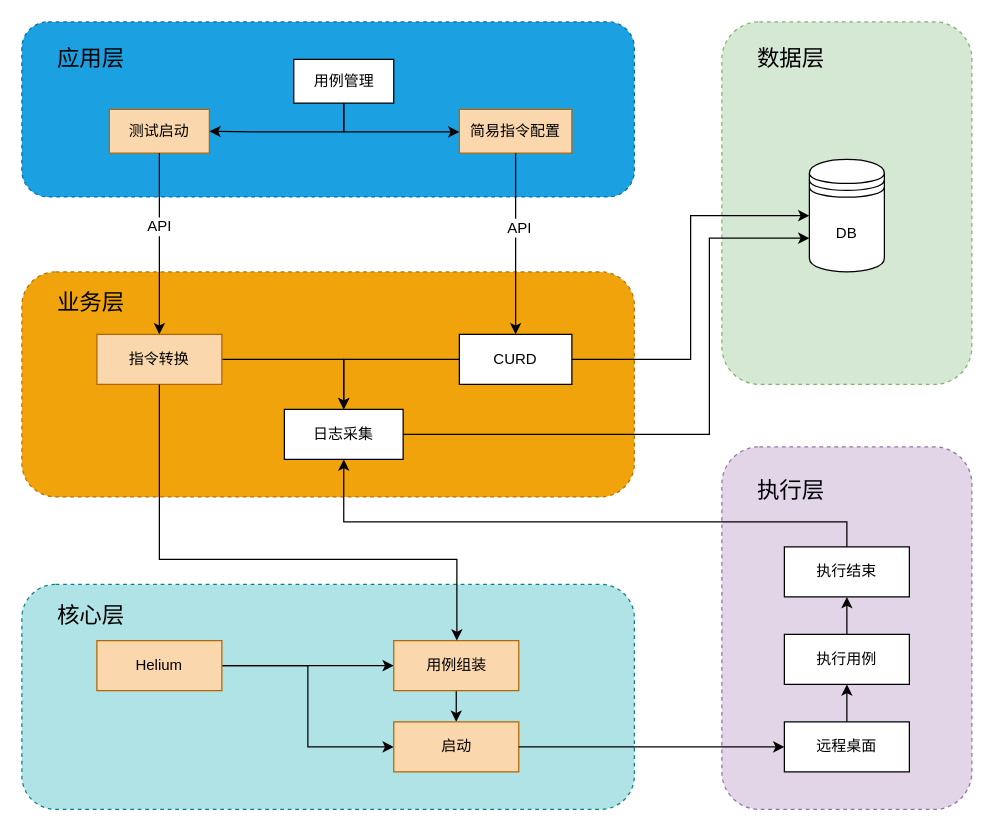
Above: page "第 2 页" (2 of 2) of Untitled Diagram.drawio in walkstreet/workspace (draw.io), before the change. Source tidied: cells renumbered, new cells numbered last; positions are measured from the earlier drawing's top-left corner, leaving out a move shared by most shapes. Both pictures are drawn from the tidied source at 125%, with x=0, y=0 at pixel (21, 21).
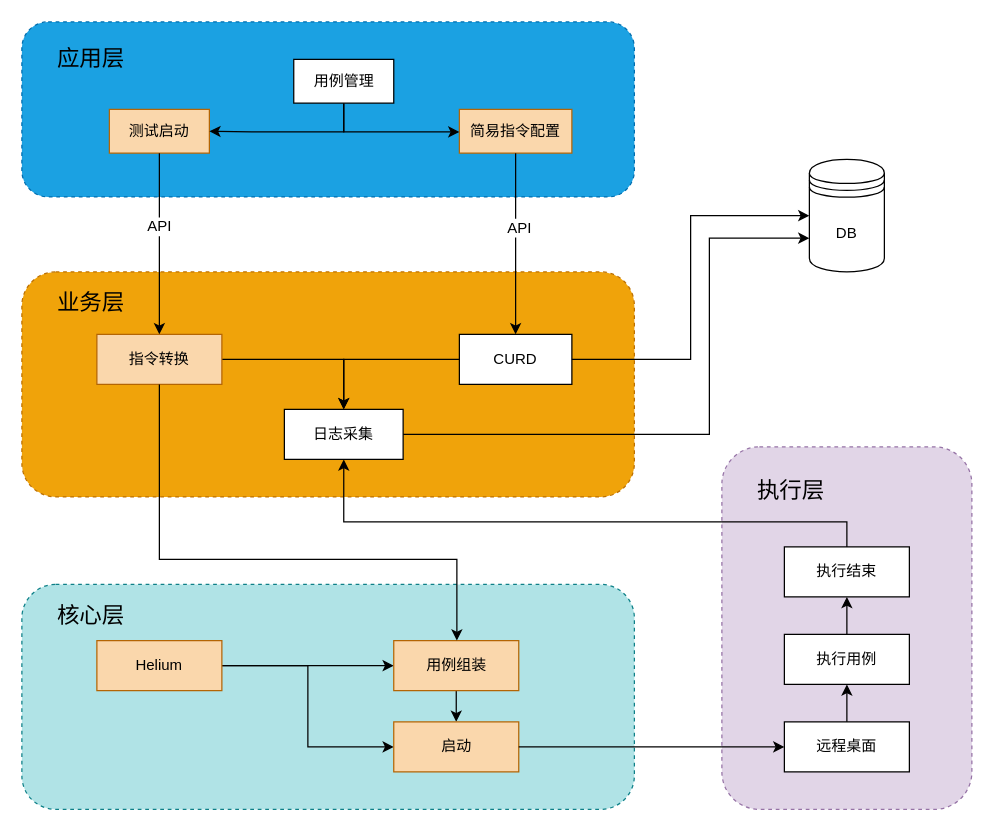
Above is the later version.

The edit, as a diff of the source:
```diff
@@
-    <mxCell id="12" style="rounded=1;whiteSpace=wrap;html=1;fontSize=12;dashed=1;fillColor=#d5e8d4;strokeColor=#82b366;" parent="1" vertex="1">
-      <mxGeometry x="560" width="200" height="290" as="geometry" />
-    </mxCell>
@@
-    <mxCell id="14" value="数据层" style="text;html=1;align=center;verticalAlign=middle;fillColor=none;strokeColor=none;rounded=0;fontSize=18;" parent="1" vertex="1">
-      <mxGeometry x="580" y="15" width="70" height="30" as="geometry" />
-    </mxCell>
```
